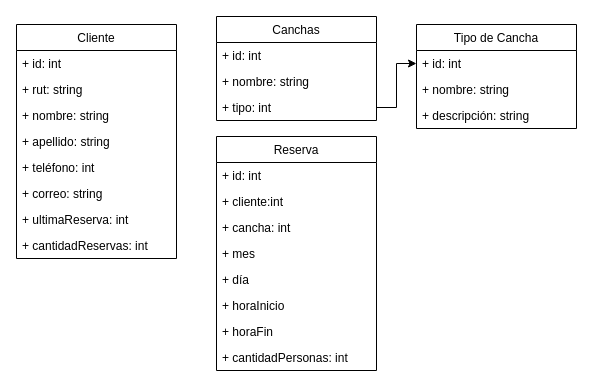
Before: diagrama_arriendo_canchas.drawio in vicenteflores000/draw-test, a draw.io diagram. Source tidied: cells renumbered, new cells numbered last; positions are measured from the earlier drawing's top-left corner, leaving out a move shared by most shapes. Both pictures are drawn from the tidied source at 100%, with x=0, y=0 at pixel (16, 16).
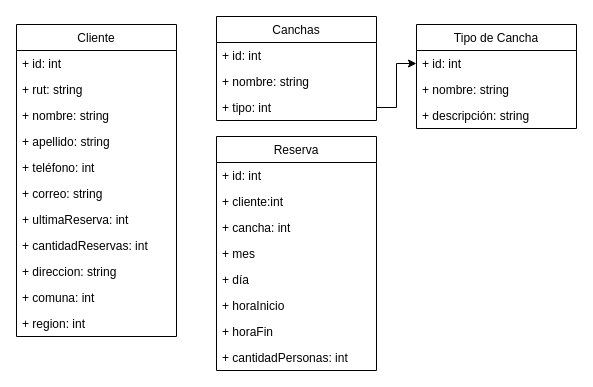
The same diagram, later.

The edit, as a diff of the source:
```diff
@@
     <mxCell id="2" value="Cliente" style="swimlane;fontStyle=0;horizontal=1;startSize=26;fillColor=none;" parent="1" vertex="1">
-      <mxGeometry y="8" width="160" height="234" as="geometry" />
+      <mxGeometry y="8" width="160" height="312" as="geometry" />
     </mxCell>
@@
+    <mxCell id="29" value="+ direccion: string" style="text;strokeColor=none;fillColor=none;align=left;verticalAlign=top;spacingLeft=4;spacingRight=4;overflow=hidden;" parent="2" vertex="1">
+      <mxGeometry y="234" width="160" height="26" as="geometry" />
+    </mxCell>
+    <mxCell id="30" value="+ comuna: int" style="text;strokeColor=none;fillColor=none;align=left;verticalAlign=top;spacingLeft=4;spacingRight=4;overflow=hidden;" parent="2" vertex="1">
+      <mxGeometry y="260" width="160" height="26" as="geometry" />
+    </mxCell>
+    <mxCell id="31" value="+ region: int" style="text;strokeColor=none;fillColor=none;align=left;verticalAlign=top;spacingLeft=4;spacingRight=4;overflow=hidden;" parent="2" vertex="1">
+      <mxGeometry y="286" width="160" height="26" as="geometry" />
+    </mxCell>
```
